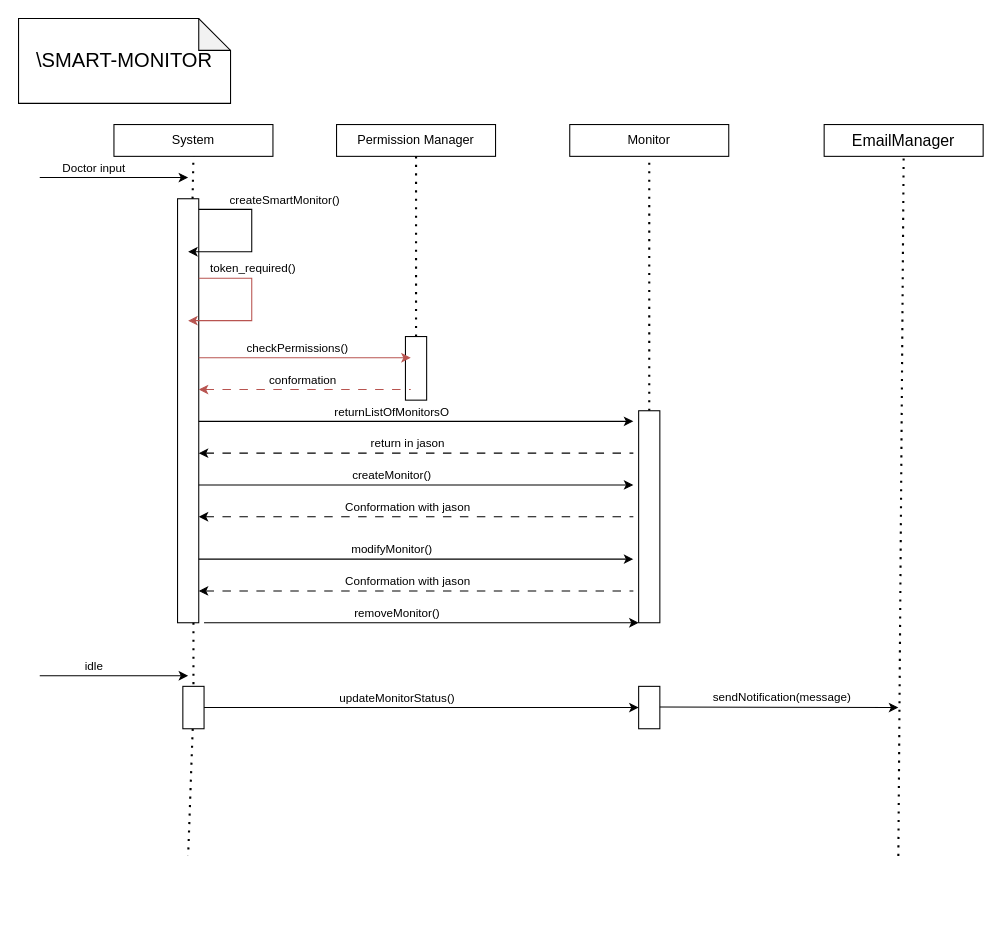
Earlier version of the draw.io diagram Project_Documentation/sequence_design/monitor.drawio (IndecentTulip/INFO2413). Source tidied: cells renumbered, new cells numbered last; positions are measured from the earlier drawing's top-left corner, leaving out a move shared by most shapes. Both pictures are drawn from the tidied source at 106%, with x=0, y=0 at pixel (18, 18).
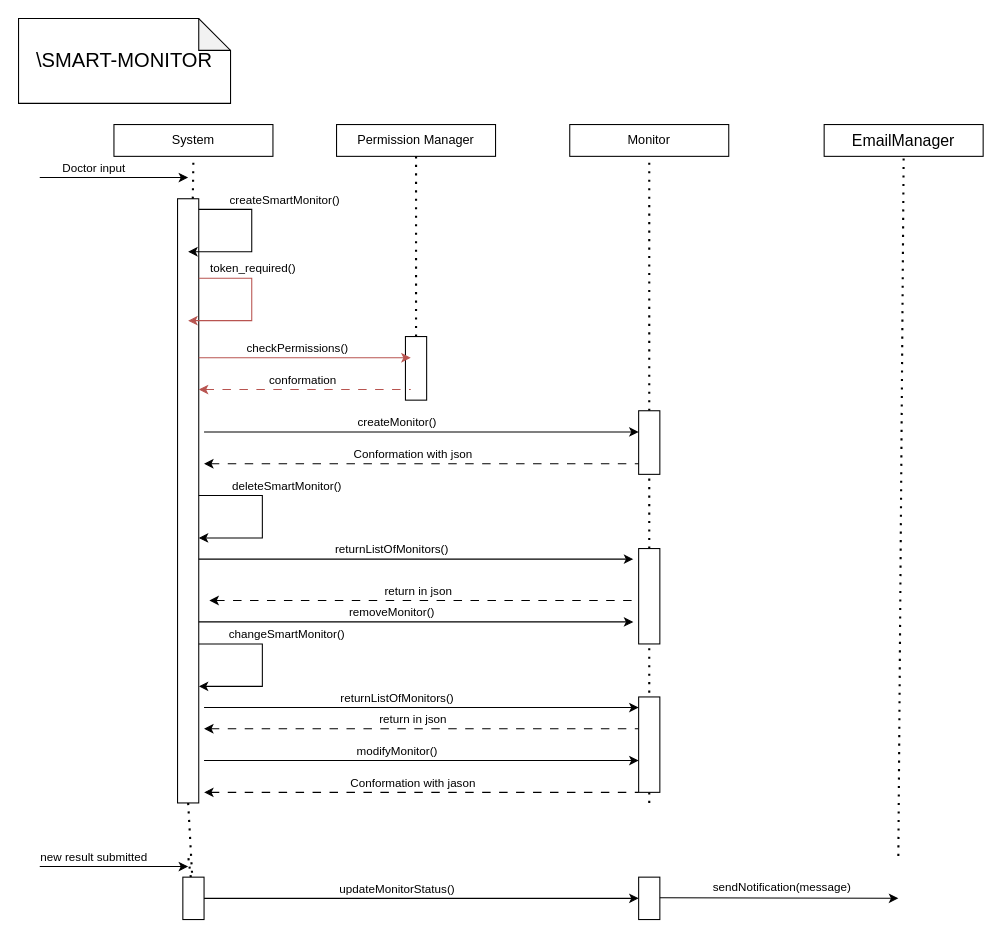
The same page after the edit.

What changed in the source:
```diff
@@
     <mxCell id="3" style="rounded=0;whiteSpace=wrap;html=1;" parent="1" vertex="1">
-      <mxGeometry x="150" y="170" width="20" height="400" as="geometry" />
+      <mxGeometry x="150" y="170" width="20" height="570" as="geometry" />
     </mxCell>
@@
-    <mxCell id="11" style="endArrow=classic;html=1;rounded=0;" parent="1" edge="1">
-      <mxGeometry relative="1" as="geometry">
-        <mxPoint x="170" y="380" as="sourcePoint" />
-        <mxPoint x="580" y="380" as="targetPoint" />
-      </mxGeometry>
-    </mxCell>
-    <mxCell id="12" value="returnListOfMonitorsO" style="edgeLabel;html=1;align=center;verticalAlign=middle;" parent="11" vertex="1">
-      <mxGeometry x="-0.61" y="-2" relative="1" as="geometry">
-        <mxPoint x="101" y="-12" as="offset" />
-      </mxGeometry>
-    </mxCell>
-    <mxCell id="13" style="endArrow=none;html=1;rounded=0;dashed=1;dashPattern=8 8;startArrow=classic;startFill=1;endFill=0;" parent="1" edge="1">
-      <mxGeometry relative="1" as="geometry">
-        <mxPoint x="170" y="410" as="sourcePoint" />
-        <mxPoint x="580" y="410" as="targetPoint" />
-      </mxGeometry>
-    </mxCell>
-    <mxCell id="14" value="return in jason" style="edgeLabel;html=1;align=center;verticalAlign=middle;" parent="13" vertex="1">
-      <mxGeometry x="0.3" y="2" relative="1" as="geometry">
-        <mxPoint x="-71" y="-8" as="offset" />
-      </mxGeometry>
-    </mxCell>
@@
-    <mxCell id="18" style="endArrow=none;dashed=1;html=1;dashPattern=1 3;strokeWidth=2;rounded=0;entryX=0.5;entryY=1;entryDx=0;entryDy=0;" parent="1" edge="1" target="19">
-      <mxGeometry relative="1" as="geometry">
-        <mxPoint x="595" y="540" as="sourcePoint" />
-      </mxGeometry>
+    <mxCell id="18" style="endArrow=none;dashed=1;html=1;dashPattern=1 3;strokeWidth=2;rounded=0;entryX=0.5;entryY=1;entryDx=0;entryDy=0;" parent="1" edge="1" source="63" target="19">
+      <mxGeometry relative="1" as="geometry" />
     </mxCell>
     <mxCell id="19" style="rounded=0;whiteSpace=wrap;html=1;" parent="1" vertex="1">
-      <mxGeometry x="585" y="370" width="20" height="200" as="geometry" />
+      <mxGeometry x="585" y="370" width="20" height="60" as="geometry" />
     </mxCell>
@@
     <mxCell id="29" style="endArrow=classic;html=1;rounded=0;" parent="1" edge="1">
       <mxGeometry relative="1" as="geometry">
-        <mxPoint x="170" y="440" as="sourcePoint" />
-        <mxPoint x="580" y="440" as="targetPoint" />
+        <mxPoint x="175" y="390" as="sourcePoint" />
+        <mxPoint x="585" y="390" as="targetPoint" />
       </mxGeometry>
     </mxCell>
@@
     <mxCell id="31" style="endArrow=classic;html=1;rounded=0;" parent="1" edge="1">
       <mxGeometry relative="1" as="geometry">
-        <mxPoint x="170" y="510" as="sourcePoint" />
-        <mxPoint x="580" y="510" as="targetPoint" />
+        <mxPoint x="175" y="700" as="sourcePoint" />
+        <mxPoint x="585" y="700" as="targetPoint" />
       </mxGeometry>
     </mxCell>
@@
     <mxCell id="33" style="endArrow=classic;html=1;rounded=0;" parent="1" edge="1">
       <mxGeometry relative="1" as="geometry">
-        <mxPoint x="175" y="570" as="sourcePoint" />
-        <mxPoint x="585" y="570" as="targetPoint" />
+        <mxPoint x="170" y="569.2" as="sourcePoint" />
+        <mxPoint x="580" y="569.2" as="targetPoint" />
       </mxGeometry>
     </mxCell>
@@
     <mxCell id="35" style="endArrow=none;html=1;rounded=0;dashed=1;dashPattern=8 8;startArrow=classic;startFill=1;endFill=0;" parent="1" edge="1">
       <mxGeometry relative="1" as="geometry">
-        <mxPoint x="170" y="470" as="sourcePoint" />
-        <mxPoint x="580" y="470" as="targetPoint" />
+        <mxPoint x="175" y="420" as="sourcePoint" />
+        <mxPoint x="585" y="420" as="targetPoint" />
       </mxGeometry>
     </mxCell>
-    <mxCell id="36" value="Conformation with jason" style="edgeLabel;html=1;align=center;verticalAlign=middle;" parent="35" vertex="1">
+    <mxCell id="36" value="Conformation with json" style="edgeLabel;html=1;align=center;verticalAlign=middle;" parent="35" vertex="1">
       <mxGeometry x="0.3" y="2" relative="1" as="geometry">
         <mxPoint x="-71" y="-8" as="offset" />
       </mxGeometry>
     </mxCell>
     <mxCell id="37" style="endArrow=none;html=1;rounded=0;dashed=1;dashPattern=8 8;startArrow=classic;startFill=1;endFill=0;" parent="1" edge="1">
       <mxGeometry relative="1" as="geometry">
-        <mxPoint x="170" y="540" as="sourcePoint" />
-        <mxPoint x="580" y="540" as="targetPoint" />
+        <mxPoint x="175" y="730" as="sourcePoint" />
+        <mxPoint x="585" y="730" as="targetPoint" />
       </mxGeometry>
     </mxCell>
@@
     <mxCell id="39" style="endArrow=classic;html=1;rounded=0;" parent="1" edge="1">
       <mxGeometry relative="1" as="geometry">
-        <mxPoint x="20" y="620" as="sourcePoint" />
-        <mxPoint x="160" y="620" as="targetPoint" />
+        <mxPoint x="20" y="800" as="sourcePoint" />
+        <mxPoint x="160" y="800" as="targetPoint" />
       </mxGeometry>
     </mxCell>
-    <mxCell id="40" value="idle" style="edgeLabel;html=1;align=center;verticalAlign=middle;" parent="39" vertex="1">
+    <mxCell id="40" value="new result submitted" style="edgeLabel;html=1;align=center;verticalAlign=middle;" parent="39" vertex="1">
       <mxGeometry x="-0.61" y="-2" relative="1" as="geometry">
         <mxPoint x="23" y="-12" as="offset" />
       </mxGeometry>
     </mxCell>
     <mxCell id="41" style="endArrow=classic;html=1;rounded=0;" parent="1" edge="1">
       <mxGeometry relative="1" as="geometry">
-        <mxPoint x="175" y="650" as="sourcePoint" />
-        <mxPoint x="585" y="650" as="targetPoint" />
+        <mxPoint x="175" y="830" as="sourcePoint" />
+        <mxPoint x="585" y="830" as="targetPoint" />
       </mxGeometry>
     </mxCell>
@@
     <mxCell id="45" style="rounded=0;whiteSpace=wrap;html=1;" parent="1" vertex="1">
-      <mxGeometry x="585" y="630" width="20" height="40" as="geometry" />
+      <mxGeometry x="585" y="810" width="20" height="40" as="geometry" />
     </mxCell>
     <mxCell id="46" style="endArrow=classic;html=1;rounded=0;" parent="1" edge="1">
       <mxGeometry relative="1" as="geometry">
-        <mxPoint x="605" y="649.5" as="sourcePoint" />
-        <mxPoint x="830" y="650" as="targetPoint" />
+        <mxPoint x="605" y="829.5" as="sourcePoint" />
+        <mxPoint x="830" y="830" as="targetPoint" />
       </mxGeometry>
     </mxCell>
@@
     <mxCell id="48" style="endArrow=none;dashed=1;html=1;dashPattern=1 3;strokeWidth=2;rounded=0;" parent="1" edge="1" target="49">
       <mxGeometry relative="1" as="geometry">
-        <mxPoint x="165" y="570" as="sourcePoint" />
+        <mxPoint x="160" y="740" as="sourcePoint" />
       </mxGeometry>
     </mxCell>
     <mxCell id="49" style="rounded=0;whiteSpace=wrap;html=1;" parent="1" vertex="1">
-      <mxGeometry x="155" y="630" width="20" height="40" as="geometry" />
+      <mxGeometry x="155" y="810" width="20" height="40" as="geometry" />
     </mxCell>
+    <mxCell id="50" style="endArrow=classic;html=1;rounded=0;" parent="1" edge="1">
+      <mxGeometry relative="1" as="geometry">
+        <mxPoint x="170" y="450" as="sourcePoint" />
+        <mxPoint x="170" y="490" as="targetPoint" />
+        <Array as="points">
+          <mxPoint x="230" y="450" />
+          <mxPoint x="230" y="490" />
+        </Array>
+      </mxGeometry>
+    </mxCell>
+    <mxCell id="51" value="deleteSmartMonitor()" style="edgeLabel;html=1;align=center;verticalAlign=middle;" parent="50" vertex="1">
+      <mxGeometry x="-0.61" y="-2" relative="1" as="geometry">
+        <mxPoint x="51" y="-12" as="offset" />
+      </mxGeometry>
+    </mxCell>
+    <mxCell id="52" style="endArrow=classic;html=1;rounded=0;" parent="1" edge="1">
+      <mxGeometry relative="1" as="geometry">
+        <mxPoint x="170" y="510" as="sourcePoint" />
+        <mxPoint x="580" y="510" as="targetPoint" />
+      </mxGeometry>
+    </mxCell>
+    <mxCell id="53" value="returnListOfMonitors()" style="edgeLabel;html=1;align=center;verticalAlign=middle;" parent="52" vertex="1">
+      <mxGeometry x="-0.61" y="-2" relative="1" as="geometry">
+        <mxPoint x="101" y="-12" as="offset" />
+      </mxGeometry>
+    </mxCell>
+    <mxCell id="54" style="endArrow=none;html=1;rounded=0;dashed=1;dashPattern=8 8;startArrow=classic;startFill=1;endFill=0;" parent="1" edge="1">
+      <mxGeometry relative="1" as="geometry">
+        <mxPoint x="175" y="670" as="sourcePoint" />
+        <mxPoint x="585" y="670" as="targetPoint" />
+      </mxGeometry>
+    </mxCell>
+    <mxCell id="55" value="return in json" style="edgeLabel;html=1;align=center;verticalAlign=middle;" parent="54" vertex="1">
+      <mxGeometry x="0.3" y="2" relative="1" as="geometry">
+        <mxPoint x="-71" y="-8" as="offset" />
+      </mxGeometry>
+    </mxCell>
+    <mxCell id="56" style="endArrow=classic;html=1;rounded=0;" parent="1" edge="1">
+      <mxGeometry relative="1" as="geometry">
+        <mxPoint x="170" y="590" as="sourcePoint" />
+        <mxPoint x="170" y="630" as="targetPoint" />
+        <Array as="points">
+          <mxPoint x="230" y="590" />
+          <mxPoint x="230" y="630" />
+        </Array>
+      </mxGeometry>
+    </mxCell>
+    <mxCell id="57" value="changeSmartMonitor()" style="edgeLabel;html=1;align=center;verticalAlign=middle;" parent="56" vertex="1">
+      <mxGeometry x="-0.61" y="-2" relative="1" as="geometry">
+        <mxPoint x="51" y="-12" as="offset" />
+      </mxGeometry>
+    </mxCell>
+    <mxCell id="58" style="endArrow=classic;html=1;rounded=0;" parent="1" edge="1">
+      <mxGeometry relative="1" as="geometry">
+        <mxPoint x="175" y="650" as="sourcePoint" />
+        <mxPoint x="585" y="650" as="targetPoint" />
+      </mxGeometry>
+    </mxCell>
+    <mxCell id="59" value="returnListOfMonitors()" style="edgeLabel;html=1;align=center;verticalAlign=middle;" parent="58" vertex="1">
+      <mxGeometry x="-0.61" y="-2" relative="1" as="geometry">
+        <mxPoint x="101" y="-12" as="offset" />
+      </mxGeometry>
+    </mxCell>
+    <mxCell id="60" style="endArrow=none;html=1;rounded=0;dashed=1;dashPattern=8 8;startArrow=classic;startFill=1;endFill=0;" parent="1" edge="1">
+      <mxGeometry relative="1" as="geometry">
+        <mxPoint x="180" y="549" as="sourcePoint" />
+        <mxPoint x="590" y="549" as="targetPoint" />
+      </mxGeometry>
+    </mxCell>
+    <mxCell id="61" value="return in json" style="edgeLabel;html=1;align=center;verticalAlign=middle;" parent="60" vertex="1">
+      <mxGeometry x="0.3" y="2" relative="1" as="geometry">
+        <mxPoint x="-71" y="-8" as="offset" />
+      </mxGeometry>
+    </mxCell>
+    <mxCell id="62" style="endArrow=none;dashed=1;html=1;dashPattern=1 3;strokeWidth=2;rounded=0;entryX=0.5;entryY=1;entryDx=0;entryDy=0;" parent="1" edge="1" target="63">
+      <mxGeometry relative="1" as="geometry">
+        <mxPoint x="595" y="740" as="sourcePoint" />
+      </mxGeometry>
+    </mxCell>
+    <mxCell id="63" style="rounded=0;whiteSpace=wrap;html=1;" parent="1" vertex="1">
+      <mxGeometry x="585" y="500" width="20" height="90" as="geometry" />
+    </mxCell>
+    <mxCell id="64" style="rounded=0;whiteSpace=wrap;html=1;" parent="1" vertex="1">
+      <mxGeometry x="585" y="640" width="20" height="90" as="geometry" />
+    </mxCell>
```
